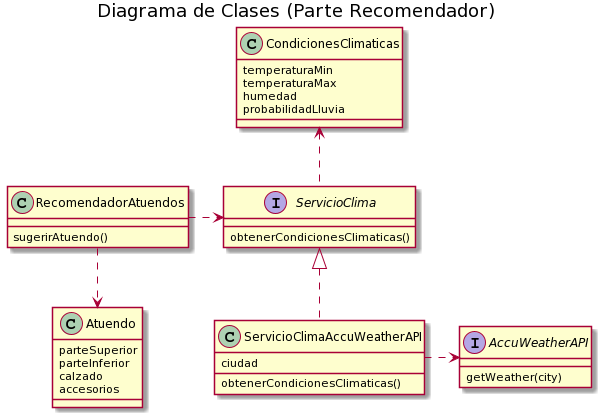
Earlier version of the PlantUML export QueMePongo4/Diagrama de Clases.png (gonzalogarcia2318/dds-que-me-pongo).
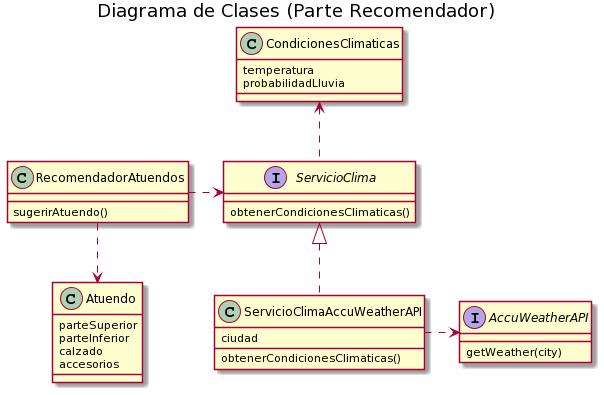
After the commit.

What changed in the source:
```diff
@@ -18,9 +18,7 @@
 RecomendadorAtuendos -.> Atuendo
 
 class CondicionesClimaticas {
-    temperaturaMin
-    temperaturaMax
-    humedad
+    temperatura
     probabilidadLluvia
 }
 
```
